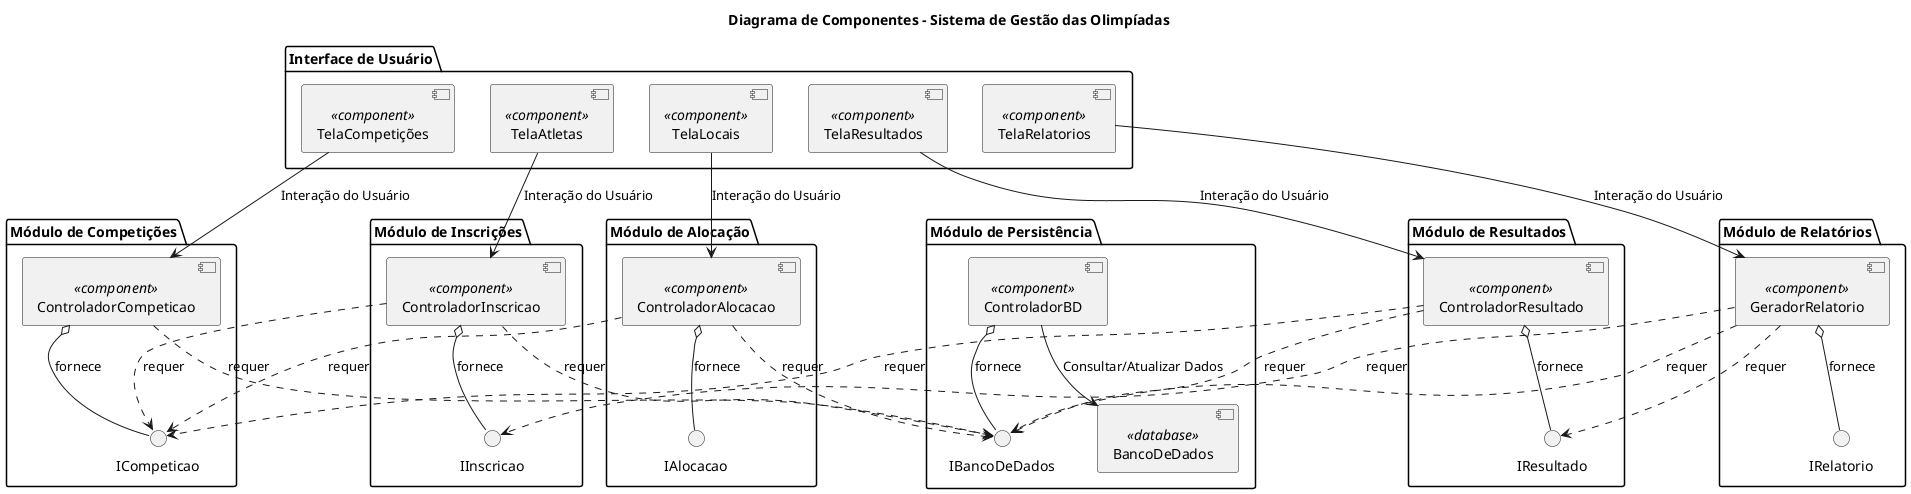
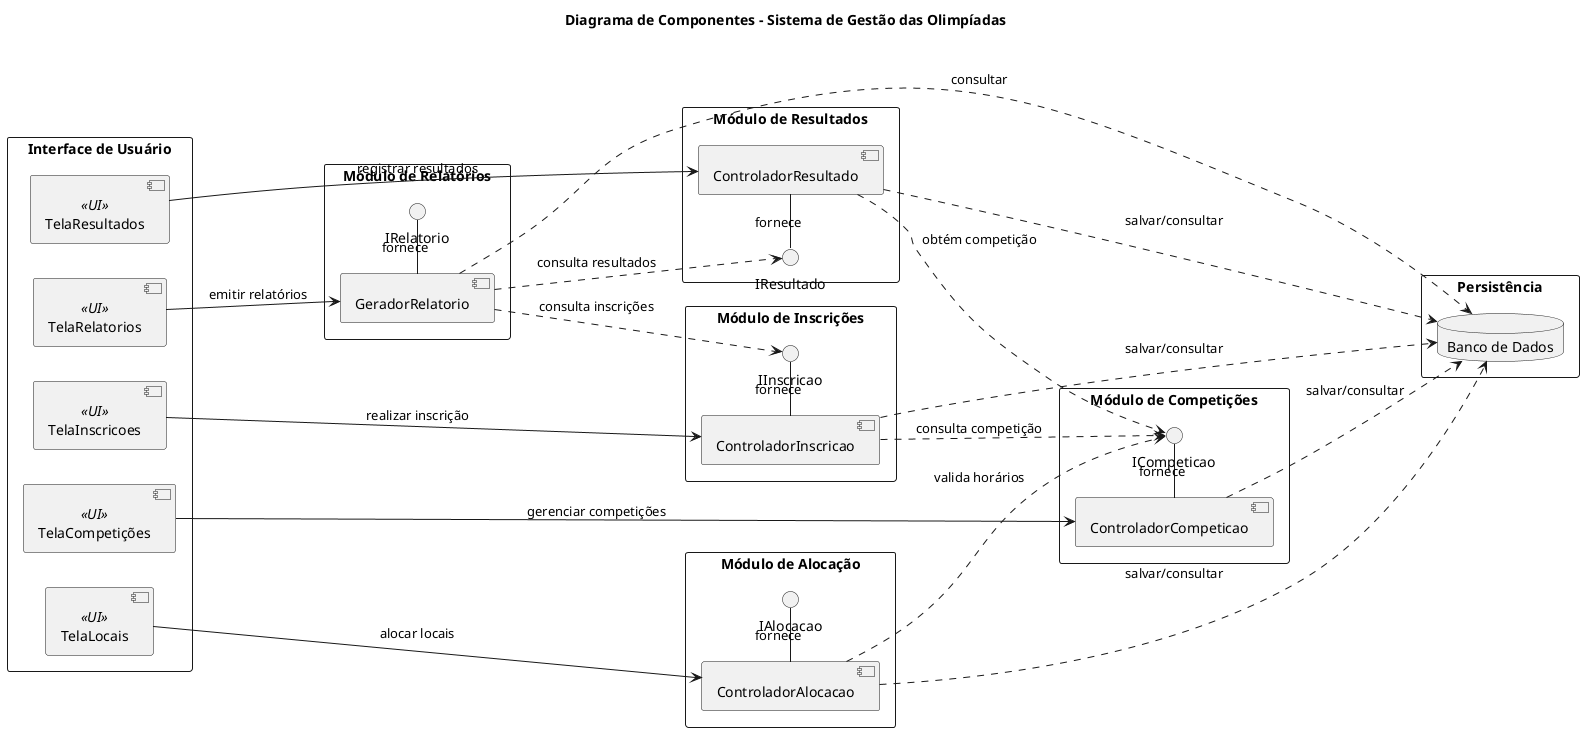
@startuml diagrama-de-componentes

title Diagrama de Componentes - Sistema de Gestão das Olimpíadas

+ left to right direction
+ skinparam componentStyle uml2
+ skinparam shadowing false
+ skinparam packageStyle rectangle
+ 
package "Interface de Usuário" {
-     [TelaCompetições]  <<component>>
-     [TelaAtletas]      <<component>>
-     [TelaLocais]       <<component>>
-     [TelaResultados]   <<component>>
-     [TelaRelatorios]   <<component>>
+ 
+     component TelaCompetições <<UI>>
+     component TelaInscricoes  <<UI>>
+     component TelaLocais      <<UI>>
+     component TelaResultados  <<UI>>
+     component TelaRelatorios  <<UI>>
+ 
}

package "Módulo de Competições" {
-     [ControladorCompeticao] <<component>>
-     interface "ICompeticao" as IComp
-     [ControladorCompeticao] o-- IComp : fornece
+ 
+     component ControladorCompeticao
+ 
+     interface ICompeticao as IComp
+ 
+     ControladorCompeticao - IComp : fornece
}

package "Módulo de Inscrições" {
-     [ControladorInscricao] <<component>>
-     interface "IInscricao" as IInscricao
-     [ControladorInscricao] o-- IInscricao : fornece
-     [ControladorInscricao] ..> IComp : requer
+ 
+     component ControladorInscricao
+ 
+     interface IInscricao as IInscricao
+ 
+     ControladorInscricao - IInscricao : fornece
+     ControladorInscricao ..> IComp : consulta competição
}

package "Módulo de Alocação" {
-     [ControladorAlocacao] <<component>>
-     interface "IAlocacao" as IAloc
-     [ControladorAlocacao] o-- IAloc : fornece
-     [ControladorAlocacao] ..> IComp : requer
+ 
+     component ControladorAlocacao
+ 
+     interface IAlocacao as IAloc
+ 
+     ControladorAlocacao - IAloc : fornece
+     ControladorAlocacao ..> IComp : valida horários
}

package "Módulo de Resultados" {
-     [ControladorResultado] <<component>>
-     interface "IResultado" as IResult
-     [ControladorResultado] o-- IResult : fornece
-     [ControladorResultado] ..> IComp : requer
+ 
+     component ControladorResultado
+ 
+     interface IResultado as IResult
+ 
+     ControladorResultado - IResult : fornece
+     ControladorResultado ..> IComp : obtém competição
}

package "Módulo de Relatórios" {
-     [GeradorRelatorio] <<component>>
-     interface "IRelatorio" as IRel
-     [GeradorRelatorio] o-- IRel : fornece
-     [GeradorRelatorio] ..> IResult    : requer
-     [GeradorRelatorio] ..> IInscricao : requer
+ 
+     component GeradorRelatorio
+ 
+     interface IRelatorio as IRel
+ 
+     GeradorRelatorio - IRel : fornece
+ 
+     GeradorRelatorio ..> IResult : consulta resultados
+     GeradorRelatorio ..> IInscricao : consulta inscrições
}

- package "Módulo de Persistência" {
-     [ControladorBD] <<component>>
-     [BancoDeDados]  <<database>>
-     interface "IBancoDeDados" as IBD
-     [ControladorBD] o-- IBD : fornece
-     [ControladorBD] --> [BancoDeDados] : Consultar/Atualizar Dados
+ package "Persistência" {
+ 
+     database "Banco de Dados" as BD
+ 
}

- ' moduulos
- [TelaCompetições] --> [ControladorCompeticao] : Interação do Usuário
- [TelaAtletas]     --> [ControladorInscricao]  : Interação do Usuário
- [TelaLocais]      --> [ControladorAlocacao]   : Interação do Usuário
- [TelaResultados]  --> [ControladorResultado]  : Interação do Usuário
- [TelaRelatorios]  --> [GeradorRelatorio]      : Interação do Usuário

- ' persistencia
- [ControladorCompeticao] ..> IBD : requer
- [ControladorInscricao]  ..> IBD : requer
- [ControladorAlocacao]   ..> IBD : requer
- [ControladorResultado]  ..> IBD : requer
- [GeradorRelatorio]      ..> IBD : requer
+ 
+ TelaCompetições --> ControladorCompeticao : gerenciar competições
+ TelaInscricoes  --> ControladorInscricao  : realizar inscrição
+ TelaLocais      --> ControladorAlocacao   : alocar locais
+ TelaResultados  --> ControladorResultado  : registrar resultados
+ TelaRelatorios  --> GeradorRelatorio      : emitir relatórios
+ 
+ 
+ 
+ ControladorCompeticao ..> BD : salvar/consultar
+ ControladorInscricao  ..> BD : salvar/consultar
+ ControladorAlocacao   ..> BD : salvar/consultar
+ ControladorResultado  ..> BD : salvar/consultar
+ GeradorRelatorio      ..> BD : consultar

@enduml
- 
